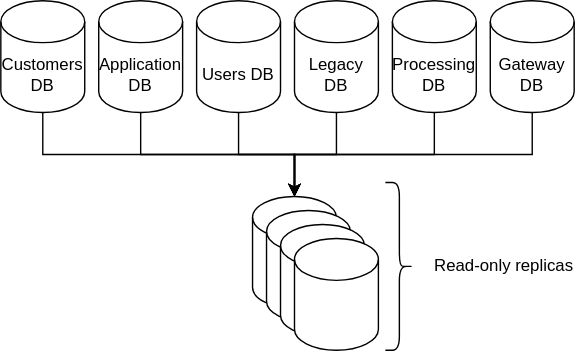
The draw.io diagram presentations/diagrams/problem-1-solution.svg in andykuszyk/andykuszyk.github.io, before a commit. Source tidied: cells renumbered, new cells last; positions are measured from the earlier drawing's top-left corner, leaving out a move shared by most shapes.
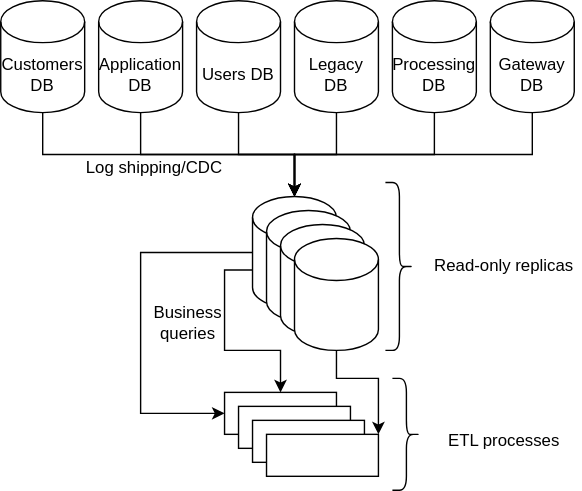
After the commit.

Change to the diagram source:
```diff
@@ -43,15 +43,34 @@
     <mxCell id="14" value="Legacy DB" style="shape=cylinder3;whiteSpace=wrap;html=1;boundedLbl=1;backgroundOutline=1;size=15;" parent="1" vertex="1">
       <mxGeometry x="210" width="60" height="80" as="geometry" />
     </mxCell>
+    <mxCell id="21" style="edgeStyle=orthogonalEdgeStyle;rounded=0;jettySize=auto;html=1;exitX=0;exitY=0;exitDx=0;exitDy=52.5;exitPerimeter=0;" parent="1" edge="1" source="15" target="25">
+      <mxGeometry relative="1" as="geometry" />
+    </mxCell>
     <mxCell id="15" style="shape=cylinder3;whiteSpace=wrap;html=1;boundedLbl=1;backgroundOutline=1;size=15;" parent="1" vertex="1">
       <mxGeometry x="180" y="140" width="60" height="80" as="geometry" />
     </mxCell>
+    <mxCell id="22" style="edgeStyle=orthogonalEdgeStyle;rounded=0;jettySize=auto;html=1;entryX=0;entryY=0.5;entryDx=0;entryDy=0;exitX=0;exitY=0.5;exitDx=0;exitDy=0;exitPerimeter=0;" parent="1" edge="1" source="15" target="25">
+      <mxGeometry relative="1" as="geometry">
+        <Array as="points">
+          <mxPoint x="100" y="180" />
+          <mxPoint x="100" y="295" />
+        </Array>
+      </mxGeometry>
+    </mxCell>
     <mxCell id="16" style="shape=cylinder3;whiteSpace=wrap;html=1;boundedLbl=1;backgroundOutline=1;size=15;" parent="1" vertex="1">
       <mxGeometry x="190" y="150" width="60" height="80" as="geometry" />
     </mxCell>
     <mxCell id="17" style="shape=cylinder3;whiteSpace=wrap;html=1;boundedLbl=1;backgroundOutline=1;size=15;" parent="1" vertex="1">
       <mxGeometry x="200" y="160" width="60" height="80" as="geometry" />
     </mxCell>
+    <mxCell id="23" style="edgeStyle=orthogonalEdgeStyle;rounded=0;jettySize=auto;html=1;entryX=1;entryY=0;entryDx=0;entryDy=0;" parent="1" edge="1" source="18" target="28">
+      <mxGeometry relative="1" as="geometry">
+        <Array as="points">
+          <mxPoint x="240" y="270" />
+          <mxPoint x="270" y="270" />
+        </Array>
+      </mxGeometry>
+    </mxCell>
     <mxCell id="18" style="shape=cylinder3;whiteSpace=wrap;html=1;boundedLbl=1;backgroundOutline=1;size=15;" parent="1" vertex="1">
       <mxGeometry x="210" y="170" width="60" height="80" as="geometry" />
     </mxCell>
@@ -61,5 +80,29 @@
     <mxCell id="20" value="Read-only replicas" style="text;html=1;strokeColor=none;fillColor=none;align=center;verticalAlign=middle;whiteSpace=wrap;rounded=0;" parent="1" vertex="1">
       <mxGeometry x="305" y="180" width="110" height="20" as="geometry" />
     </mxCell>
+    <mxCell id="24" value="Log shipping/CDC" style="text;html=1;strokeColor=none;fillColor=none;align=center;verticalAlign=middle;whiteSpace=wrap;rounded=0;" parent="1" vertex="1">
+      <mxGeometry x="50" y="110" width="120" height="20" as="geometry" />
+    </mxCell>
+    <mxCell id="25" style="rounded=0;whiteSpace=wrap;html=1;" parent="1" vertex="1">
+      <mxGeometry x="160" y="280" width="80" height="30" as="geometry" />
+    </mxCell>
+    <mxCell id="26" style="rounded=0;whiteSpace=wrap;html=1;" parent="1" vertex="1">
+      <mxGeometry x="170" y="290" width="80" height="30" as="geometry" />
+    </mxCell>
+    <mxCell id="27" style="rounded=0;whiteSpace=wrap;html=1;" parent="1" vertex="1">
+      <mxGeometry x="180" y="300" width="80" height="30" as="geometry" />
+    </mxCell>
+    <mxCell id="28" style="rounded=0;whiteSpace=wrap;html=1;" parent="1" vertex="1">
+      <mxGeometry x="190" y="310" width="80" height="30" as="geometry" />
+    </mxCell>
+    <mxCell id="29" style="shape=curlyBracket;whiteSpace=wrap;html=1;rounded=1;direction=west;" parent="1" vertex="1">
+      <mxGeometry x="280" y="270" width="20" height="80" as="geometry" />
+    </mxCell>
+    <mxCell id="30" value="ETL processes" style="text;html=1;strokeColor=none;fillColor=none;align=center;verticalAlign=middle;whiteSpace=wrap;rounded=0;" parent="1" vertex="1">
+      <mxGeometry x="305" y="305" width="110" height="20" as="geometry" />
+    </mxCell>
+    <mxCell id="31" value="Business queries" style="text;html=1;strokeColor=none;fillColor=none;align=center;verticalAlign=middle;whiteSpace=wrap;rounded=0;" parent="1" vertex="1">
+      <mxGeometry x="114" y="220" width="40" height="20" as="geometry" />
+    </mxCell>
   </root>
 </mxGraphModel>
```
